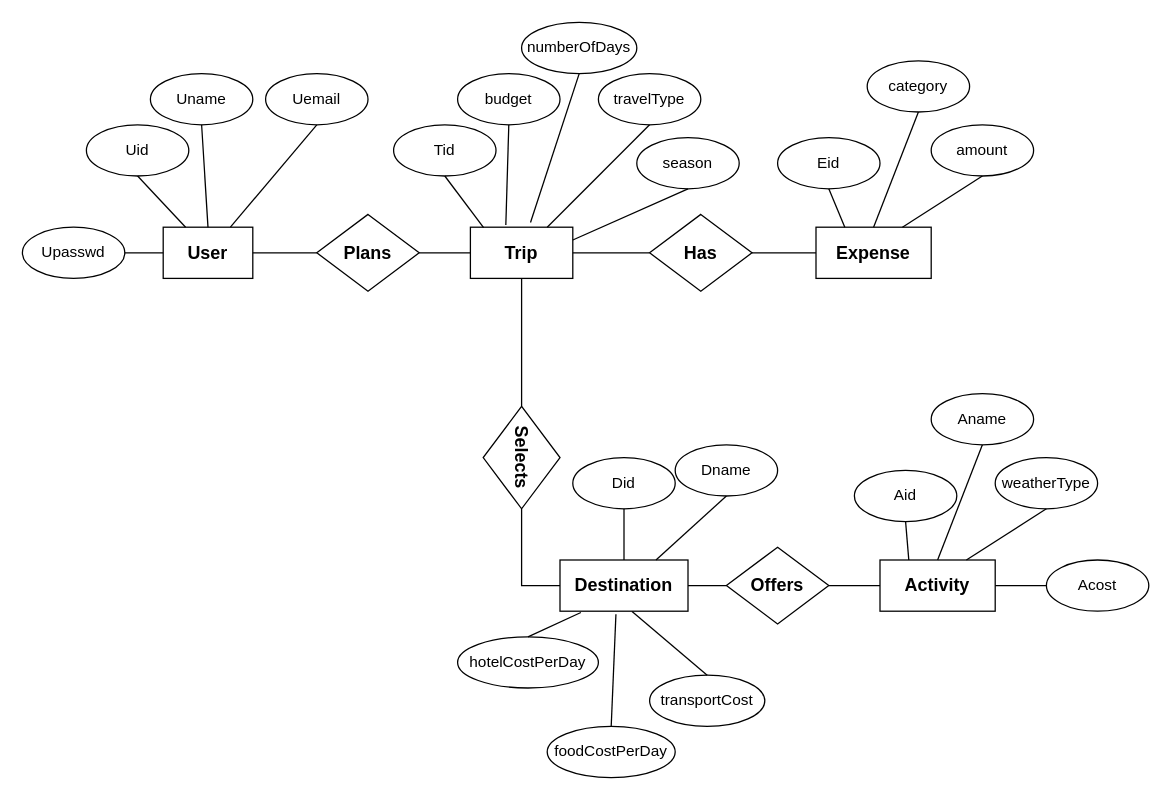
Above: projtravelplanner.drawio in ak04-02/course-project1 (draw.io), before the change. Source tidied: cells renumbered, new cells numbered last; positions are measured from the earlier drawing's top-left corner, leaving out a move shared by most shapes. Both pictures are drawn from the tidied source at 128%, with x=0, y=0 at pixel (22, 22).
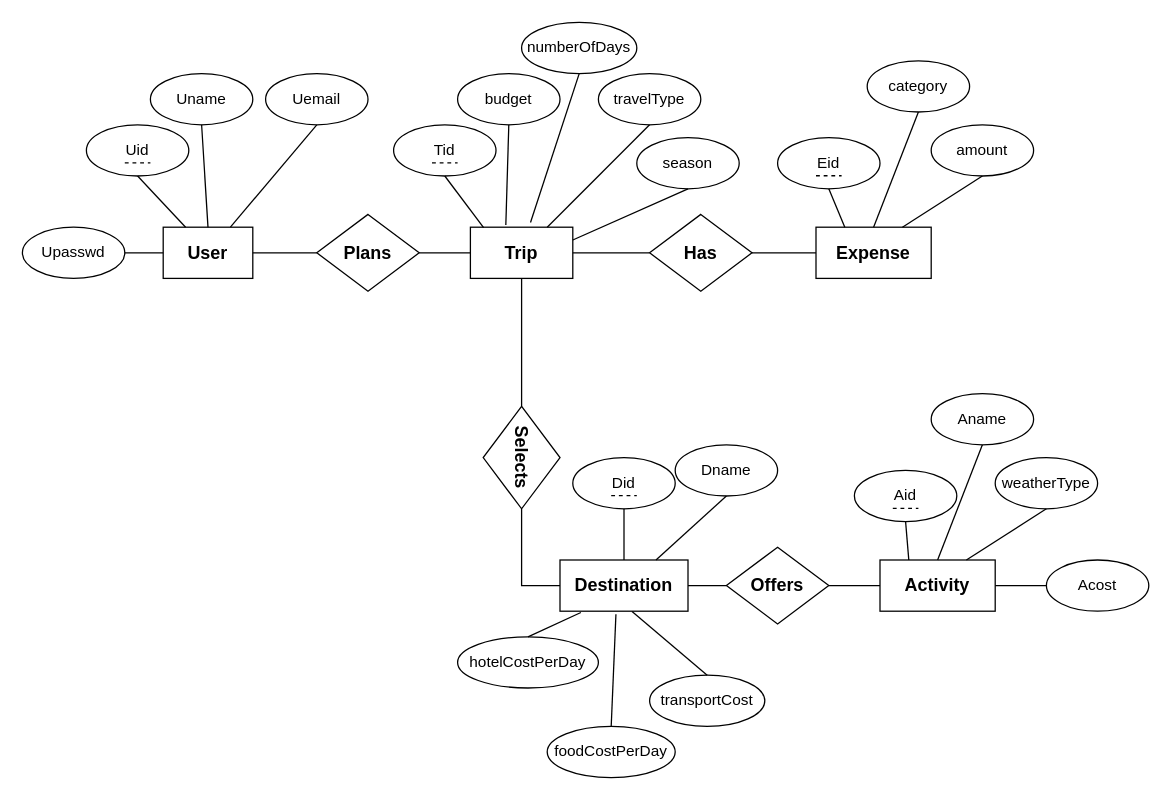
After the change.

What changed in the source:
```diff
@@
-    <mxCell id="19" value="Uid" style="ellipse;whiteSpace=wrap;html=1;fillColor=light-dark(#FFFFFF,#FF6F21);strokeColor=light-dark(#000000,#000000);" parent="1" vertex="1">
+    <mxCell id="19" value="Uid" style="ellipse;whiteSpace=wrap;html=1;fillColor=light-dark(#FFFFFF,#FF6F21);strokeColor=light-dark(#000000,#000000);fontStyle=0;" parent="1" vertex="1">
       <mxGeometry x="50" y="80" width="80" height="40" as="geometry" />
     </mxCell>
@@
-    <mxCell id="27" value="Did" style="ellipse;whiteSpace=wrap;html=1;fillColor=light-dark(#FFFFFF,#FF6F21);strokeColor=light-dark(#000000,#000000);" parent="1" vertex="1">
+    <mxCell id="27" value="Did" style="ellipse;whiteSpace=wrap;html=1;fillColor=light-dark(#FFFFFF,#FF6F21);strokeColor=light-dark(#000000,#000000);fontStyle=0;" parent="1" vertex="1">
       <mxGeometry x="430" y="340" width="80" height="40" as="geometry" />
     </mxCell>
@@
-    <mxCell id="37" value="Aid" style="ellipse;whiteSpace=wrap;html=1;fillColor=light-dark(#FFFFFF,#FF6F21);strokeColor=light-dark(#000000,#000000);" parent="1" vertex="1">
+    <mxCell id="37" value="Aid" style="ellipse;whiteSpace=wrap;html=1;fillColor=light-dark(#FFFFFF,#FF6F21);strokeColor=light-dark(#000000,#000000);fontStyle=0;" parent="1" vertex="1">
       <mxGeometry x="650" y="350" width="80" height="40" as="geometry" />
     </mxCell>
@@
-    <mxCell id="45" value="Tid" style="ellipse;whiteSpace=wrap;html=1;fillColor=light-dark(#FFFFFF,#FF6F21);strokeColor=light-dark(#000000,#000000);" parent="1" vertex="1">
+    <mxCell id="45" value="Tid" style="ellipse;whiteSpace=wrap;html=1;fillColor=light-dark(#FFFFFF,#FF6F21);strokeColor=light-dark(#000000,#000000);fontStyle=0;" parent="1" vertex="1">
       <mxGeometry x="290" y="80" width="80" height="40" as="geometry" />
     </mxCell>
@@
-    <mxCell id="55" value="Eid" style="ellipse;whiteSpace=wrap;html=1;fillColor=light-dark(#FFFFFF,#FF6F21);strokeColor=light-dark(#000000,#000000);" parent="1" vertex="1">
+    <mxCell id="55" value="Eid" style="ellipse;whiteSpace=wrap;html=1;fillColor=light-dark(#FFFFFF,#FF6F21);strokeColor=light-dark(#000000,#000000);fontStyle=0;" parent="1" vertex="1">
       <mxGeometry x="590" y="90" width="80" height="40" as="geometry" />
     </mxCell>
@@
+    <mxCell id="61" style="endArrow=none;dashed=1;html=1;rounded=0;exitX=0.375;exitY=0.75;exitDx=0;exitDy=0;exitPerimeter=0;" parent="1" edge="1">
+      <mxGeometry relative="1" as="geometry">
+        <mxPoint x="680" y="379.6" as="sourcePoint" />
+        <mxPoint x="700" y="379.6" as="targetPoint" />
+      </mxGeometry>
+    </mxCell>
+    <mxCell id="62" style="endArrow=none;dashed=1;html=1;rounded=0;exitX=0.375;exitY=0.75;exitDx=0;exitDy=0;exitPerimeter=0;" parent="1" edge="1">
+      <mxGeometry relative="1" as="geometry">
+        <mxPoint x="460" y="369.7" as="sourcePoint" />
+        <mxPoint x="480" y="369.7" as="targetPoint" />
+        <Array as="points">
+          <mxPoint x="470" y="369.7" />
+        </Array>
+      </mxGeometry>
+    </mxCell>
+    <mxCell id="63" style="endArrow=none;dashed=1;html=1;rounded=0;exitX=0.375;exitY=0.75;exitDx=0;exitDy=0;exitPerimeter=0;" parent="1" edge="1">
+      <mxGeometry relative="1" as="geometry">
+        <mxPoint x="620" y="119.8" as="sourcePoint" />
+        <mxPoint x="640" y="119.8" as="targetPoint" />
+      </mxGeometry>
+    </mxCell>
+    <mxCell id="64" style="endArrow=none;dashed=1;html=1;rounded=0;exitX=0.375;exitY=0.75;exitDx=0;exitDy=0;exitPerimeter=0;" parent="1" edge="1">
+      <mxGeometry relative="1" as="geometry">
+        <mxPoint x="320" y="109.8" as="sourcePoint" />
+        <mxPoint x="340" y="109.8" as="targetPoint" />
+      </mxGeometry>
+    </mxCell>
+    <mxCell id="65" style="endArrow=none;dashed=1;html=1;rounded=0;exitX=0.375;exitY=0.75;exitDx=0;exitDy=0;exitPerimeter=0;" parent="1" edge="1">
+      <mxGeometry relative="1" as="geometry">
+        <mxPoint x="80" y="109.8" as="sourcePoint" />
+        <mxPoint x="100" y="109.8" as="targetPoint" />
+      </mxGeometry>
+    </mxCell>
```
